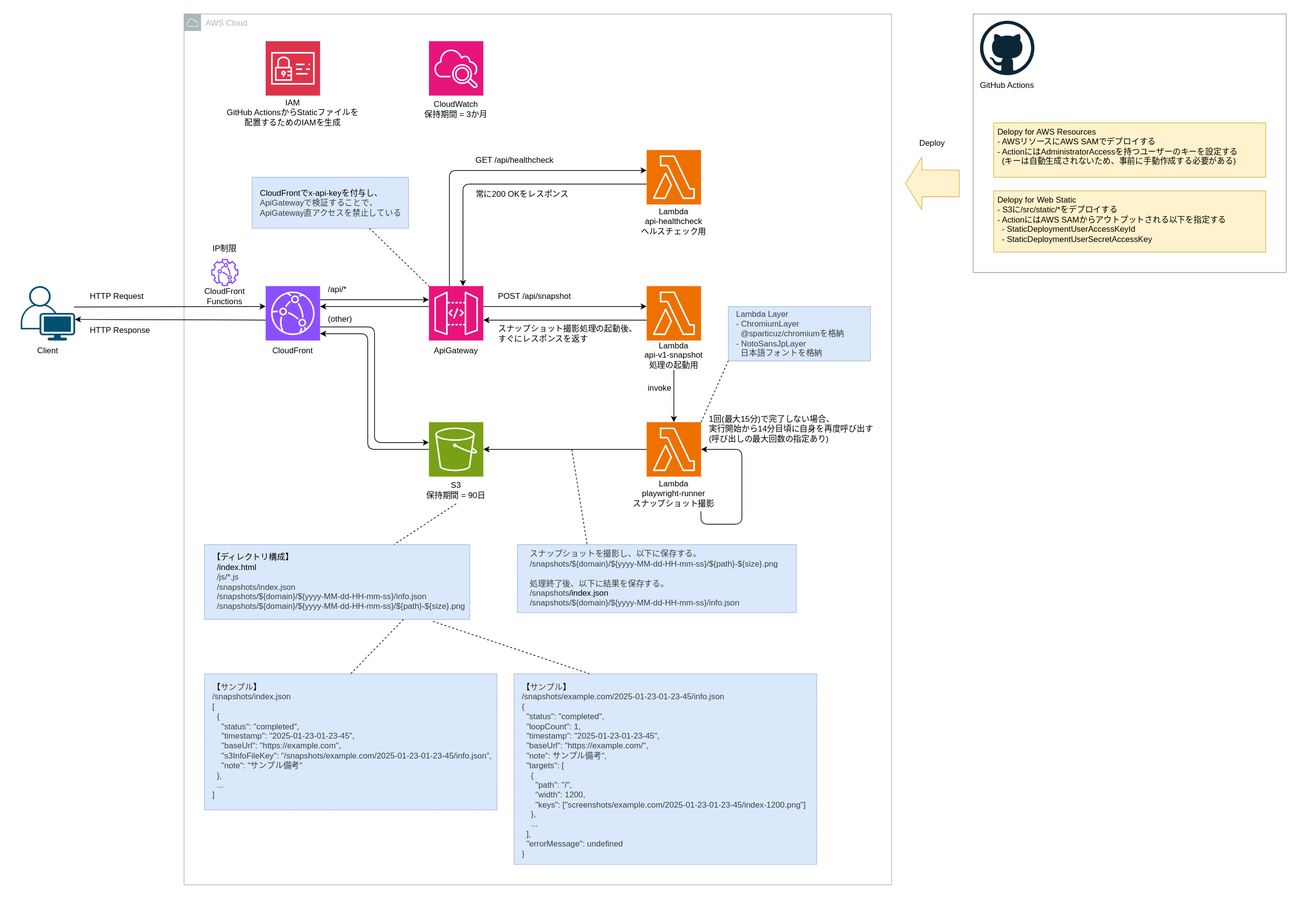
Before: docs/architecture.svg, a diagram exported from draw.io (ljourm/lambda-sam-playwright-v2). Source tidied: cells renumbered, new cells last; positions are measured from the earlier drawing's top-left corner, leaving out a move shared by most shapes.
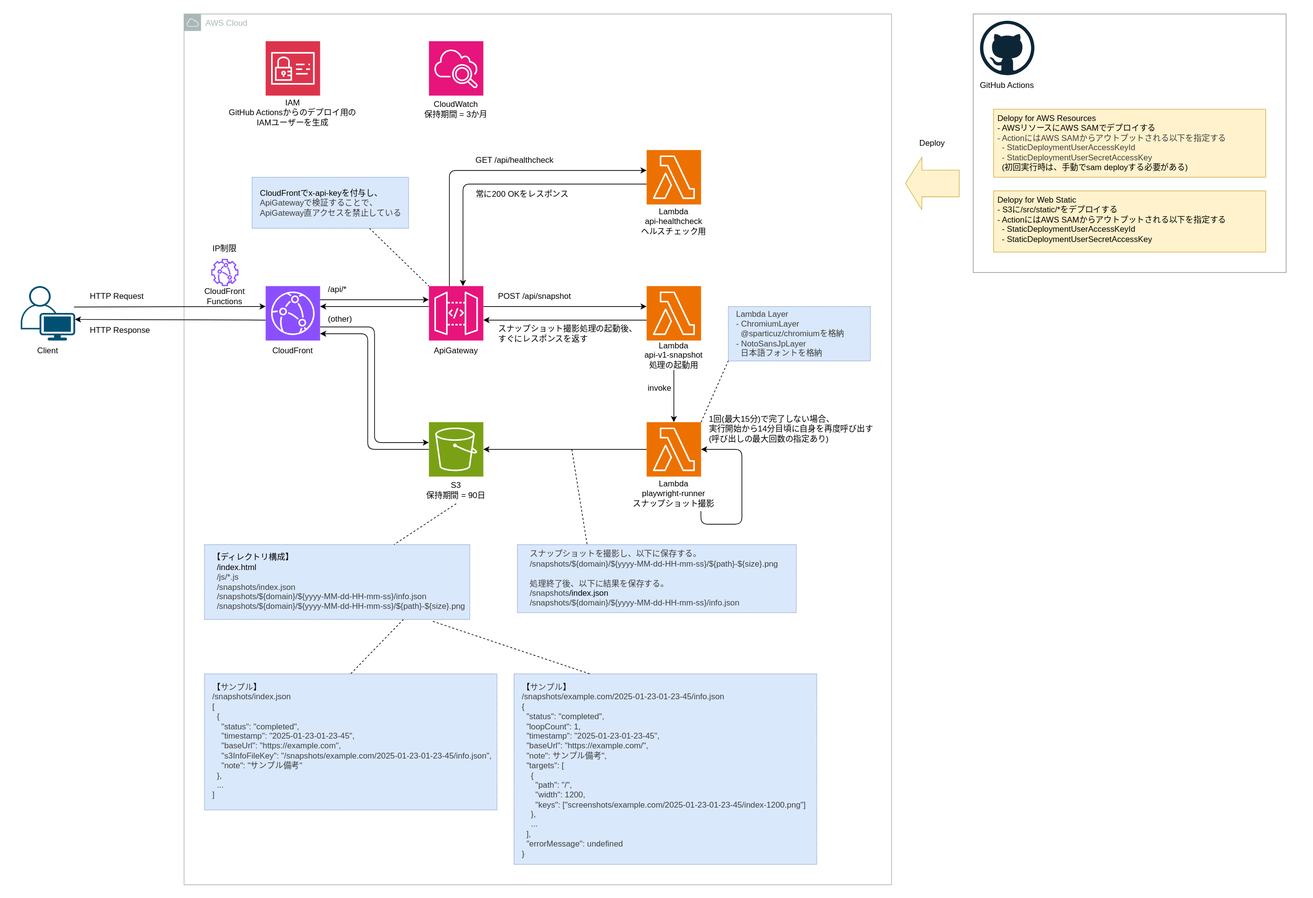
After the commit.

What changed in the source:
```diff
@@ -164,7 +164,7 @@
     <mxCell id="43" style="sketch=0;fontColor=#232F3E;fillColor=#DD344C;strokeColor=#ffffff;dashed=0;verticalLabelPosition=bottom;verticalAlign=top;align=center;html=1;fontSize=12;fontStyle=0;shape=mxgraph.aws4.resourceIcon;resIcon=mxgraph.aws4.identity_and_access_management;" parent="42" vertex="1">
       <mxGeometry width="80" height="80" as="geometry" />
     </mxCell>
-    <mxCell id="44" value="&lt;span style=&quot;color: rgb(0, 0, 0);&quot;&gt;IAM&lt;/span&gt;&lt;div&gt;&lt;span style=&quot;color: rgb(0, 0, 0);&quot;&gt;GitHub ActionsからStaticファイルを配置するためのIAMを生成&lt;/span&gt;&lt;/div&gt;" style="text;html=1;align=center;verticalAlign=middle;whiteSpace=wrap;rounded=0;" parent="42" vertex="1">
+    <mxCell id="44" value="&lt;span style=&quot;color: rgb(0, 0, 0);&quot;&gt;IAM&lt;/span&gt;&lt;div&gt;&lt;span style=&quot;color: rgb(0, 0, 0);&quot;&gt;GitHub Actionsからのデプロイ用の&lt;/span&gt;&lt;/div&gt;&lt;div&gt;&lt;span style=&quot;background-color: transparent;&quot;&gt;IAMユーザーを生成&lt;/span&gt;&lt;/div&gt;" style="text;html=1;align=center;verticalAlign=middle;whiteSpace=wrap;rounded=0;" parent="42" vertex="1">
       <mxGeometry x="-60" y="80" width="200" height="50" as="geometry" />
     </mxCell>
     <mxCell id="45" style="group;" parent="1" vertex="1">
@@ -259,8 +259,8 @@
     <mxCell id="70" value="GitHub Actions" style="text;html=1;align=center;verticalAlign=middle;whiteSpace=wrap;rounded=0;" parent="68" vertex="1">
       <mxGeometry x="-10" y="80" width="100" height="30" as="geometry" />
     </mxCell>
-    <mxCell id="71" value="Delopy for AWS Resources&lt;div&gt;- AWSリソースにAWS SAMでデプロイする&lt;/div&gt;&lt;div&gt;- ActionにはAdministratorAccessを持つユーザーのキーを設定する&lt;/div&gt;&lt;div&gt;&amp;nbsp; (キーは自動生成されないため、事前に手動作成する必要がある)&lt;/div&gt;" style="rounded=0;whiteSpace=wrap;html=1;align=left;verticalAlign=top;spacingLeft=4;fillColor=#fff2cc;strokeColor=#d6b656;" parent="1" vertex="1">
-      <mxGeometry x="1460" y="180" width="400" height="80" as="geometry" />
+    <mxCell id="71" value="Delopy for AWS Resources&lt;div&gt;- AWSリソースにAWS SAMでデプロイする&lt;/div&gt;&lt;div&gt;&lt;div style=&quot;color: rgb(63, 63, 63); scrollbar-color: rgb(226, 226, 226) rgb(251, 251, 251);&quot;&gt;- ActionにはAWS SAMからアウトプットされる以下を指定する&lt;/div&gt;&lt;div style=&quot;color: rgb(63, 63, 63); scrollbar-color: rgb(226, 226, 226) rgb(251, 251, 251);&quot;&gt;&amp;nbsp; -&amp;nbsp;&lt;span style=&quot;color: rgb(63, 63, 63); scrollbar-color: rgb(226, 226, 226) rgb(251, 251, 251); background-color: transparent;&quot;&gt;StaticDeploymentUserAccessKeyId&lt;/span&gt;&lt;/div&gt;&lt;div style=&quot;color: rgb(63, 63, 63); scrollbar-color: rgb(226, 226, 226) rgb(251, 251, 251);&quot;&gt;&amp;nbsp; - StaticDeploymentUserSecretAccessKey&lt;/div&gt;&lt;/div&gt;&lt;div&gt;&amp;nbsp; (初回実行時は、手動でsam deployする必要がある)&lt;/div&gt;" style="rounded=0;whiteSpace=wrap;html=1;align=left;verticalAlign=top;spacingLeft=4;fillColor=#fff2cc;strokeColor=#d6b656;" parent="1" vertex="1">
+      <mxGeometry x="1460" y="160" width="400" height="100" as="geometry" />
     </mxCell>
     <mxCell id="72" value="Delopy for Web Static&lt;div&gt;- S3に/src/static/*をデプロイする&lt;br&gt;&lt;/div&gt;&lt;div&gt;- ActionにはAWS SAMからアウトプットされる以下を指定する&lt;/div&gt;&lt;div&gt;&amp;nbsp; -&amp;nbsp;&lt;span style=&quot;background-color: transparent;&quot;&gt;StaticDeploymentUserAccessKeyId&lt;/span&gt;&lt;/div&gt;&lt;div&gt;&amp;nbsp; - StaticDeploymentUserSecretAccessKey&lt;/div&gt;" style="rounded=0;whiteSpace=wrap;html=1;align=left;verticalAlign=top;spacingLeft=4;fillColor=#fff2cc;strokeColor=#d6b656;" parent="1" vertex="1">
       <mxGeometry x="1460" y="280" width="400" height="90" as="geometry" />
```
